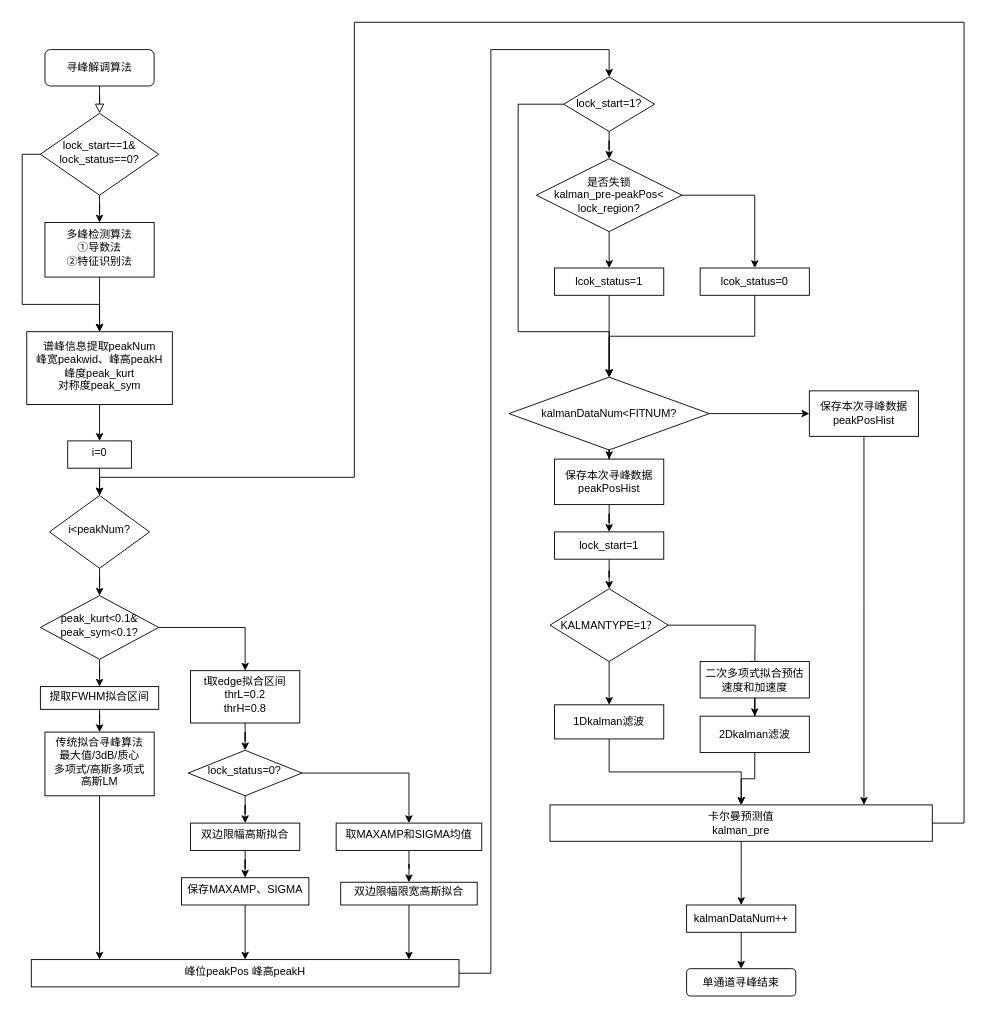
This is Untitled Diagram.drawio from xsl11/HelloWorld, a draw.io file, before an edit. Source tidied: cells renumbered, new cells numbered last; positions are measured from the earlier drawing's top-left corner, leaving out a move shared by most shapes. Both pictures are drawn from the tidied source at 91%, with x=0, y=0 at pixel (22, 22).
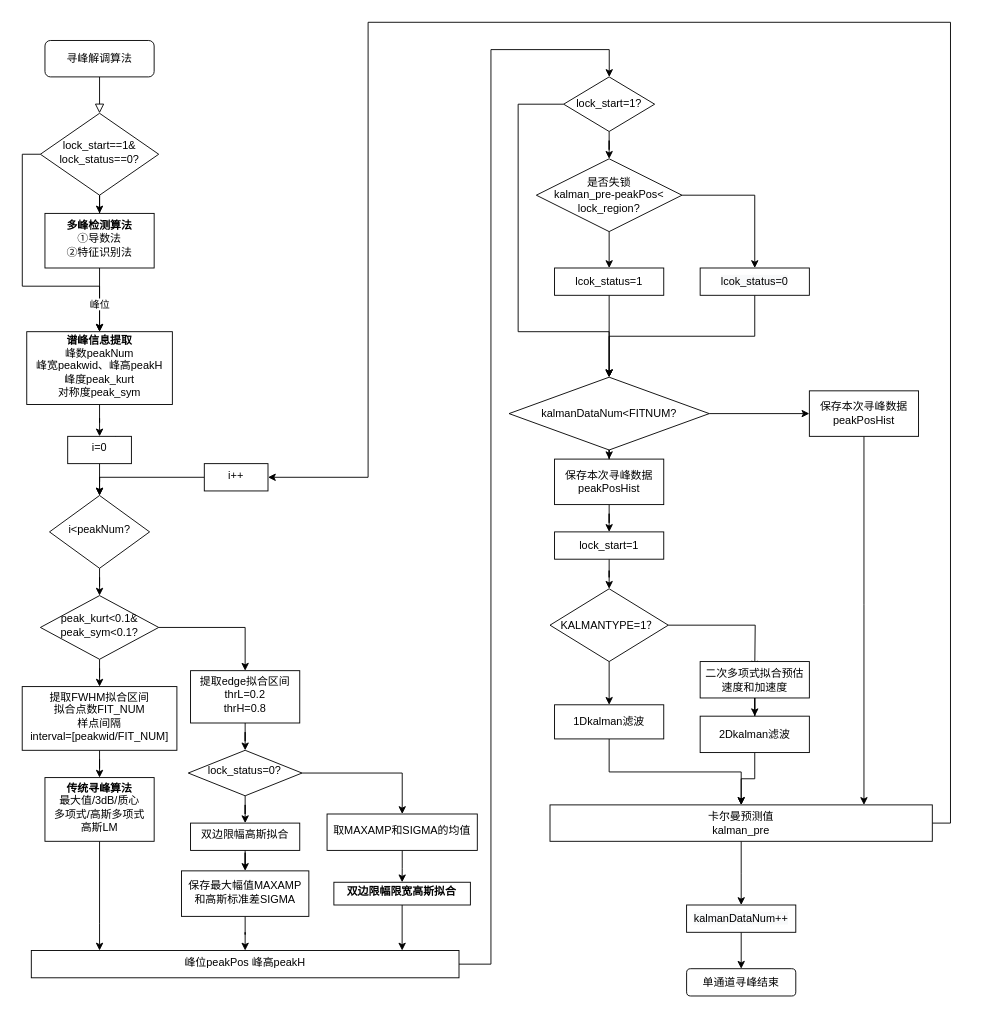
The same diagram, later.

Unchanged cells that the change refers to:
```xml
<mxCell id="6" value="lock_start==1&amp;amp;&lt;br&gt;lock_status==0?&lt;br&gt;" style="rhombus;whiteSpace=wrap;html=1;shadow=0;fontFamily=Helvetica;fontSize=12;align=center;strokeWidth=1;spacing=6;spacingTop=-4;" parent="1" vertex="1">
  <mxGeometry x="19.9" y="100" width="130" height="90" as="geometry" />
</mxCell>
<mxCell id="16" value="i&amp;lt;peakNum?" style="rhombus;whiteSpace=wrap;html=1;shadow=0;strokeWidth=1;spacing=6;spacingTop=-4;" parent="1" vertex="1">
  <mxGeometry x="29.9" y="520" width="110" height="80" as="geometry" />
</mxCell>
<mxCell id="41" value="lock_start=1?&lt;br&gt;" style="rhombus;whiteSpace=wrap;html=1;" parent="1" vertex="1">
  <mxGeometry x="594.9" y="60" width="100" height="60" as="geometry" />
</mxCell>
<mxCell id="67" value="卡尔曼预测值&lt;br&gt;kalman_pre" style="whiteSpace=wrap;html=1;" parent="1" vertex="1">
  <mxGeometry x="579.9" y="860" width="420.1" height="40" as="geometry" />
</mxCell>
```

Diff of the diagram source:
```diff
@@
     <mxCell id="3" value="寻峰解调算法" style="rounded=1;whiteSpace=wrap;html=1;fontSize=12;glass=0;strokeWidth=1;shadow=0;" parent="1" vertex="1">
-      <mxGeometry x="24.9" y="30" width="120" height="40" as="geometry" />
+      <mxGeometry x="24.9" y="20" width="120" height="40" as="geometry" />
     </mxCell>
@@
     <mxCell id="5" style="edgeStyle=orthogonalEdgeStyle;rounded=0;jettySize=auto;html=1;exitX=0;exitY=0.5;exitDx=0;exitDy=0;entryX=0.5;entryY=0;entryDx=0;entryDy=0;" parent="1" edge="1" source="6" target="11">
       <mxGeometry relative="1" as="geometry">
         <Array as="points">
-          <mxPoint x="-0.1" y="145" />
-          <mxPoint x="-0.1" y="310" />
-          <mxPoint x="84.9" y="310" />
+          <mxPoint y="145" />
+          <mxPoint y="290" />
+          <mxPoint x="85" y="290" />
         </Array>
       </mxGeometry>
     </mxCell>
@@
-    <mxCell id="8" style="edgeStyle=orthogonalEdgeStyle;rounded=0;jettySize=auto;html=1;" parent="1" edge="1" source="9" target="11">
-      <mxGeometry relative="1" as="geometry" />
+    <mxCell id="8" value="峰位" style="edgeStyle=orthogonalEdgeStyle;rounded=0;jettySize=auto;html=1;" parent="1" edge="1" source="9" target="11">
+      <mxGeometry x="0.14" relative="1" as="geometry" />
     </mxCell>
-    <mxCell id="9" value="多峰检测算法&lt;br&gt;①导数法&lt;br&gt;②特征识别法" style="whiteSpace=wrap;html=1;shadow=0;strokeWidth=1;spacing=6;spacingTop=-4;" parent="1" vertex="1">
-      <mxGeometry x="24.9" y="220" width="120" height="60" as="geometry" />
+    <mxCell id="9" value="&lt;b&gt;多峰检测算法&lt;/b&gt;&lt;br&gt;①导数法&lt;br&gt;②特征识别法" style="whiteSpace=wrap;html=1;shadow=0;strokeWidth=1;spacing=6;spacingTop=-4;" parent="1" vertex="1">
+      <mxGeometry x="24.9" y="210" width="120" height="60" as="geometry" />
     </mxCell>
@@
-    <mxCell id="11" value="谱峰信息提取peakNum&lt;br&gt;峰宽peakwid、峰高peakH&lt;br&gt;峰度peak_kurt&lt;br&gt;对称度peak_sym" style="whiteSpace=wrap;html=1;shadow=0;strokeWidth=1;spacing=6;spacingTop=-4;" parent="1" vertex="1">
+    <mxCell id="11" value="&lt;b&gt;谱峰信息提取&lt;/b&gt;&lt;br&gt;峰数peakNum&lt;br&gt;峰宽peakwid、峰高peakH&lt;br&gt;峰度peak_kurt&lt;br&gt;对称度peak_sym" style="whiteSpace=wrap;html=1;shadow=0;strokeWidth=1;spacing=6;spacingTop=-4;" parent="1" vertex="1">
       <mxGeometry x="4.9" y="340" width="160" height="80" as="geometry" />
     </mxCell>
@@
     <mxCell id="14" value="i=0" style="whiteSpace=wrap;html=1;shadow=0;strokeWidth=1;spacing=6;spacingTop=-4;" parent="1" vertex="1">
-      <mxGeometry x="49.9" y="460" width="70" height="30" as="geometry" />
+      <mxGeometry x="49.9" y="455" width="70" height="30" as="geometry" />
     </mxCell>
@@
-    <mxCell id="21" value="提取FWHM拟合区间" style="whiteSpace=wrap;html=1;shadow=0;strokeWidth=1;spacing=6;spacingTop=-4;" parent="1" vertex="1">
-      <mxGeometry x="19.9" y="730" width="130" height="25" as="geometry" />
+    <mxCell id="21" value="提取FWHM拟合区间&lt;br&gt;拟合点数FIT_NUM&lt;br&gt;样点间隔&lt;br&gt;interval=[peakwid/FIT_NUM]" style="whiteSpace=wrap;html=1;shadow=0;strokeWidth=1;spacing=6;spacingTop=-4;" parent="1" vertex="1">
+      <mxGeometry x="-0.1" y="730" width="170" height="70" as="geometry" />
     </mxCell>
     <mxCell id="22" style="edgeStyle=orthogonalEdgeStyle;rounded=0;jettySize=auto;html=1;" parent="1" edge="1" source="23" target="38">
       <mxGeometry relative="1" as="geometry">
         <Array as="points">
-          <mxPoint x="214.9" y="1060" />
-          <mxPoint x="214.9" y="1060" />
+          <mxPoint x="85" y="990" />
+          <mxPoint x="85" y="990" />
         </Array>
       </mxGeometry>
     </mxCell>
-    <mxCell id="23" value="传统拟合寻峰算法&lt;br&gt;最大值/3dB/质心&lt;br&gt;多项式/高斯多项式&lt;br&gt;高斯LM" style="whiteSpace=wrap;html=1;shadow=0;strokeWidth=1;spacing=6;spacingTop=-4;" parent="1" vertex="1">
-      <mxGeometry x="24.9" y="780" width="120" height="70" as="geometry" />
+    <mxCell id="23" value="&lt;b&gt;传统寻峰算法&lt;/b&gt;&lt;br&gt;最大值/3dB/质心&lt;br&gt;多项式/高斯多项式&lt;br&gt;高斯LM" style="whiteSpace=wrap;html=1;shadow=0;strokeWidth=1;spacing=6;spacingTop=-4;" parent="1" vertex="1">
+      <mxGeometry x="24.9" y="830" width="120" height="70" as="geometry" />
     </mxCell>
@@
-    <mxCell id="25" value="t取edge拟合区间&lt;br&gt;thrL=0.2&lt;br&gt;thrH=0.8" style="whiteSpace=wrap;html=1;shadow=0;strokeWidth=1;spacing=6;spacingTop=-4;" parent="1" vertex="1">
+    <mxCell id="25" value="提取edge拟合区间&lt;br&gt;thrL=0.2&lt;br&gt;thrH=0.8" style="whiteSpace=wrap;html=1;shadow=0;strokeWidth=1;spacing=6;spacingTop=-4;" parent="1" vertex="1">
       <mxGeometry x="184.9" y="712.5" width="120" height="57.5" as="geometry" />
     </mxCell>
@@
-    <mxCell id="32" value="保存MAXAMP、SIGMA" style="whiteSpace=wrap;html=1;shadow=0;strokeWidth=1;spacing=6;spacingTop=-4;" parent="1" vertex="1">
-      <mxGeometry x="174.9" y="940" width="140" height="30" as="geometry" />
+    <mxCell id="32" value="保存最大幅值MAXAMP&lt;br&gt;和高斯标准差SIGMA" style="whiteSpace=wrap;html=1;shadow=0;strokeWidth=1;spacing=6;spacingTop=-4;" parent="1" vertex="1">
+      <mxGeometry x="174.9" y="932.5" width="140" height="50" as="geometry" />
     </mxCell>
@@
-    <mxCell id="34" value="取MAXAMP和SIGMA均值" style="whiteSpace=wrap;html=1;shadow=0;strokeWidth=1;spacing=6;spacingTop=-4;" parent="1" vertex="1">
-      <mxGeometry x="344.9" y="880" width="160" height="30" as="geometry" />
+    <mxCell id="34" value="取MAXAMP和SIGMA的均值" style="whiteSpace=wrap;html=1;shadow=0;strokeWidth=1;spacing=6;spacingTop=-4;" parent="1" vertex="1">
+      <mxGeometry x="334.9" y="870" width="165.1" height="40" as="geometry" />
     </mxCell>
     <mxCell id="35" style="edgeStyle=orthogonalEdgeStyle;rounded=0;jettySize=auto;html=1;" parent="1" edge="1" source="36" target="38">
       <mxGeometry relative="1" as="geometry">
         <Array as="points">
-          <mxPoint x="374.9" y="1060" />
-          <mxPoint x="374.9" y="1060" />
+          <mxPoint x="410" y="1020" />
+          <mxPoint x="410" y="1020" />
         </Array>
       </mxGeometry>
     </mxCell>
-    <mxCell id="36" value="双边限幅限宽高斯拟合" style="whiteSpace=wrap;html=1;shadow=0;strokeWidth=1;spacing=6;spacingTop=-4;" parent="1" vertex="1">
-      <mxGeometry x="349.9" y="945" width="150" height="25" as="geometry" />
+    <mxCell id="36" value="&lt;b&gt;双边限幅限宽高斯拟合&lt;/b&gt;" style="whiteSpace=wrap;html=1;shadow=0;strokeWidth=1;spacing=6;spacingTop=-4;" parent="1" vertex="1">
+      <mxGeometry x="342.4" y="945" width="150" height="25" as="geometry" />
     </mxCell>
     <mxCell id="37" style="edgeStyle=orthogonalEdgeStyle;rounded=0;jettySize=auto;html=1;" parent="1" edge="1" source="38" target="41">
       <mxGeometry relative="1" as="geometry">
         <Array as="points">
-          <mxPoint x="514.9" y="1045" />
-          <mxPoint x="514.9" y="30" />
-          <mxPoint x="644.9" y="30" />
+          <mxPoint x="515" y="1035" />
+          <mxPoint x="515" y="30" />
+          <mxPoint x="645" y="30" />
         </Array>
       </mxGeometry>
     </mxCell>
     <mxCell id="38" value="峰位peakPos 峰高peakH" style="whiteSpace=wrap;html=1;shadow=0;strokeWidth=1;spacing=6;spacingTop=-4;" parent="1" vertex="1">
-      <mxGeometry x="9.9" y="1030" width="470" height="30" as="geometry" />
+      <mxGeometry x="9.9" y="1020" width="470" height="30" as="geometry" />
     </mxCell>
@@
-    <mxCell id="66" style="edgeStyle=orthogonalEdgeStyle;rounded=0;jettySize=auto;html=1;exitX=1;exitY=0.5;exitDx=0;exitDy=0;entryX=0.5;entryY=0;entryDx=0;entryDy=0;" parent="1" edge="1" source="67" target="16">
-      <mxGeometry relative="1" as="geometry">
-        <Array as="points">
-          <mxPoint x="1034.9" y="880" />
-          <mxPoint x="1034.9" />
-          <mxPoint x="364.9" />
-          <mxPoint x="364.9" y="500" />
-          <mxPoint x="84.9" y="500" />
-        </Array>
-      </mxGeometry>
-    </mxCell>
+    <mxCell id="72" style="edgeStyle=orthogonalEdgeStyle;rounded=0;jettySize=auto;html=1;exitX=1;exitY=0.5;exitDx=0;exitDy=0;entryX=1;entryY=0.5;entryDx=0;entryDy=0;" parent="1" edge="1" source="67" target="74">
+      <mxGeometry relative="1" as="geometry">
+        <Array as="points">
+          <mxPoint x="1020" y="880" />
+          <mxPoint x="1020" />
+          <mxPoint x="380" />
+          <mxPoint x="380" y="500" />
+        </Array>
+      </mxGeometry>
+    </mxCell>
@@
+    <mxCell id="73" style="edgeStyle=orthogonalEdgeStyle;rounded=0;jettySize=auto;html=1;exitX=0;exitY=0.5;exitDx=0;exitDy=0;entryX=0.5;entryY=0;entryDx=0;entryDy=0;" parent="1" edge="1" source="74" target="16">
+      <mxGeometry relative="1" as="geometry" />
+    </mxCell>
+    <mxCell id="74" value="i++" style="whiteSpace=wrap;html=1;shadow=0;strokeWidth=1;spacing=6;spacingTop=-4;" parent="1" vertex="1">
+      <mxGeometry x="200" y="485" width="70" height="30" as="geometry" />
+    </mxCell>
```
